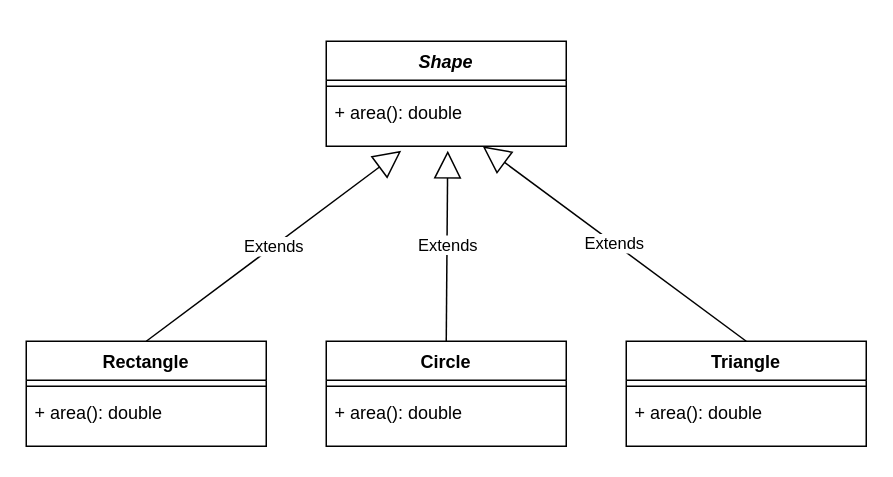
Earlier version of the draw.io diagram shapes.drawio (07-JAVA-XTRA/03b_BasicsPolymorphism_II). Source tidied: cells renumbered, new cells numbered last; positions are measured from the earlier drawing's top-left corner, leaving out a move shared by most shapes. Both pictures are drawn from the tidied source at 150%, with x=0, y=0 at pixel (26, 40).
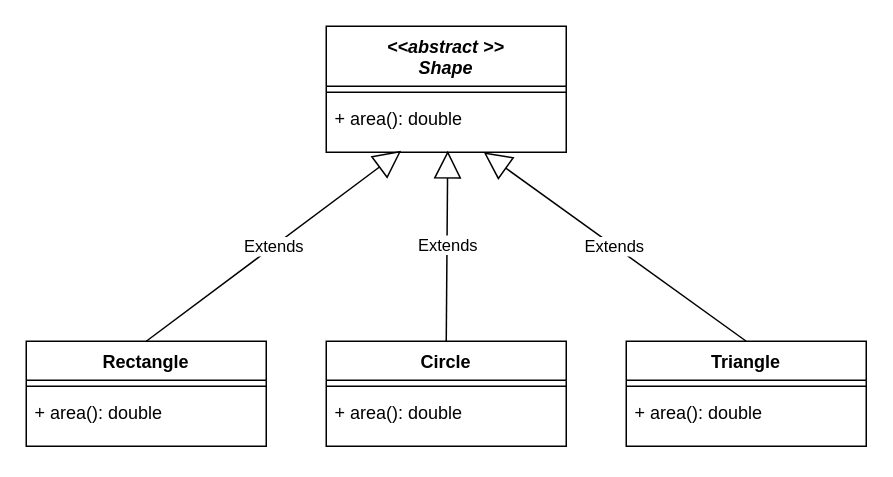
After the change.

The edit, as a diff of the source:
```diff
@@
 <mxGraphModel>
   <root>
     <mxCell id="0" />
     <mxCell id="1" parent="0" />
-    <mxCell id="2" value="Shape" style="swimlane;fontStyle=3;align=center;verticalAlign=top;horizontal=1;startSize=26;" parent="1" vertex="1">
-      <mxGeometry x="200" width="160" height="70" as="geometry" />
+    <mxCell id="2" value="&lt;&lt;abstract &gt;&gt;&#10;Shape" style="swimlane;fontStyle=3;align=center;verticalAlign=top;horizontal=1;startSize=40;" parent="1" vertex="1">
+      <mxGeometry x="200" y="-10" width="160" height="84" as="geometry" />
     </mxCell>
     <mxCell id="3" style="line;strokeWidth=1;fillColor=none;align=left;verticalAlign=middle;spacingTop=-1;spacingLeft=3;spacingRight=3;labelPosition=right;" parent="2" vertex="1">
-      <mxGeometry y="26" width="160" height="8" as="geometry" />
+      <mxGeometry y="40" width="160" height="8" as="geometry" />
     </mxCell>
     <mxCell id="4" value="+ area(): double" style="text;strokeColor=none;fillColor=none;align=left;verticalAlign=top;spacingLeft=4;spacingRight=4;overflow=hidden;points=[[0,0.5],[1,0.5]];portConstraint=eastwest;" parent="2" vertex="1">
-      <mxGeometry y="34" width="160" height="36" as="geometry" />
+      <mxGeometry y="48" width="160" height="36" as="geometry" />
     </mxCell>
     <mxCell id="5" value="Rectangle" style="swimlane;fontStyle=1;align=center;verticalAlign=top;horizontal=1;startSize=26;" parent="1" vertex="1">
       <mxGeometry y="200" width="160" height="70" as="geometry" />
     </mxCell>
     <mxCell id="6" style="line;strokeWidth=1;fillColor=none;align=left;verticalAlign=middle;spacingTop=-1;spacingLeft=3;spacingRight=3;labelPosition=right;" parent="5" vertex="1">
       <mxGeometry y="26" width="160" height="8" as="geometry" />
     </mxCell>
     <mxCell id="7" value="+ area(): double" style="text;strokeColor=none;fillColor=none;align=left;verticalAlign=top;spacingLeft=4;spacingRight=4;overflow=hidden;" parent="5" vertex="1">
       <mxGeometry y="34" width="160" height="36" as="geometry" />
     </mxCell>
     <mxCell id="8" value="Circle" style="swimlane;fontStyle=1;align=center;verticalAlign=top;horizontal=1;startSize=26;" parent="1" vertex="1">
       <mxGeometry x="200" y="200" width="160" height="70" as="geometry" />
     </mxCell>
     <mxCell id="9" style="line;strokeWidth=1;fillColor=none;align=left;verticalAlign=middle;spacingTop=-1;spacingLeft=3;spacingRight=3;labelPosition=right;" parent="8" vertex="1">
       <mxGeometry y="26" width="160" height="8" as="geometry" />
     </mxCell>
     <mxCell id="10" value="+ area(): double" style="text;strokeColor=none;fillColor=none;align=left;verticalAlign=top;spacingLeft=4;spacingRight=4;overflow=hidden;" parent="8" vertex="1">
       <mxGeometry y="34" width="160" height="36" as="geometry" />
     </mxCell>
     <mxCell id="11" value="Triangle" style="swimlane;fontStyle=1;align=center;verticalAlign=top;horizontal=1;startSize=26;" parent="1" vertex="1">
       <mxGeometry x="400" y="200" width="160" height="70" as="geometry" />
     </mxCell>
     <mxCell id="12" style="line;strokeWidth=1;fillColor=none;align=left;verticalAlign=middle;spacingTop=-1;spacingLeft=3;spacingRight=3;labelPosition=right;" parent="11" vertex="1">
       <mxGeometry y="26" width="160" height="8" as="geometry" />
     </mxCell>
     <mxCell id="13" value="+ area(): double" style="text;strokeColor=none;fillColor=none;align=left;verticalAlign=top;spacingLeft=4;spacingRight=4;overflow=hidden;" parent="11" vertex="1">
       <mxGeometry y="34" width="160" height="36" as="geometry" />
     </mxCell>
     <mxCell id="14" value="Extends" style="endArrow=block;endSize=16;endFill=0;html=1;exitX=0.5;exitY=0;exitDx=0;exitDy=0;" parent="1" edge="1" source="5">
       <mxGeometry relative="1" as="geometry">
         <mxPoint x="250" y="73" as="targetPoint" />
       </mxGeometry>
     </mxCell>
     <mxCell id="15" value="Extends" style="endArrow=block;endSize=16;endFill=0;html=1;exitX=0.5;exitY=0;exitDx=0;exitDy=0;" parent="1" edge="1" source="8">
       <mxGeometry relative="1" as="geometry">
         <mxPoint x="281" y="73" as="targetPoint" />
       </mxGeometry>
     </mxCell>
     <mxCell id="16" value="Extends" style="endArrow=block;endSize=16;endFill=0;html=1;exitX=0.5;exitY=0;exitDx=0;exitDy=0;" parent="1" edge="1" source="11" target="4">
       <mxGeometry relative="1" as="geometry" />
     </mxCell>
   </root>
 </mxGraphModel>
```
